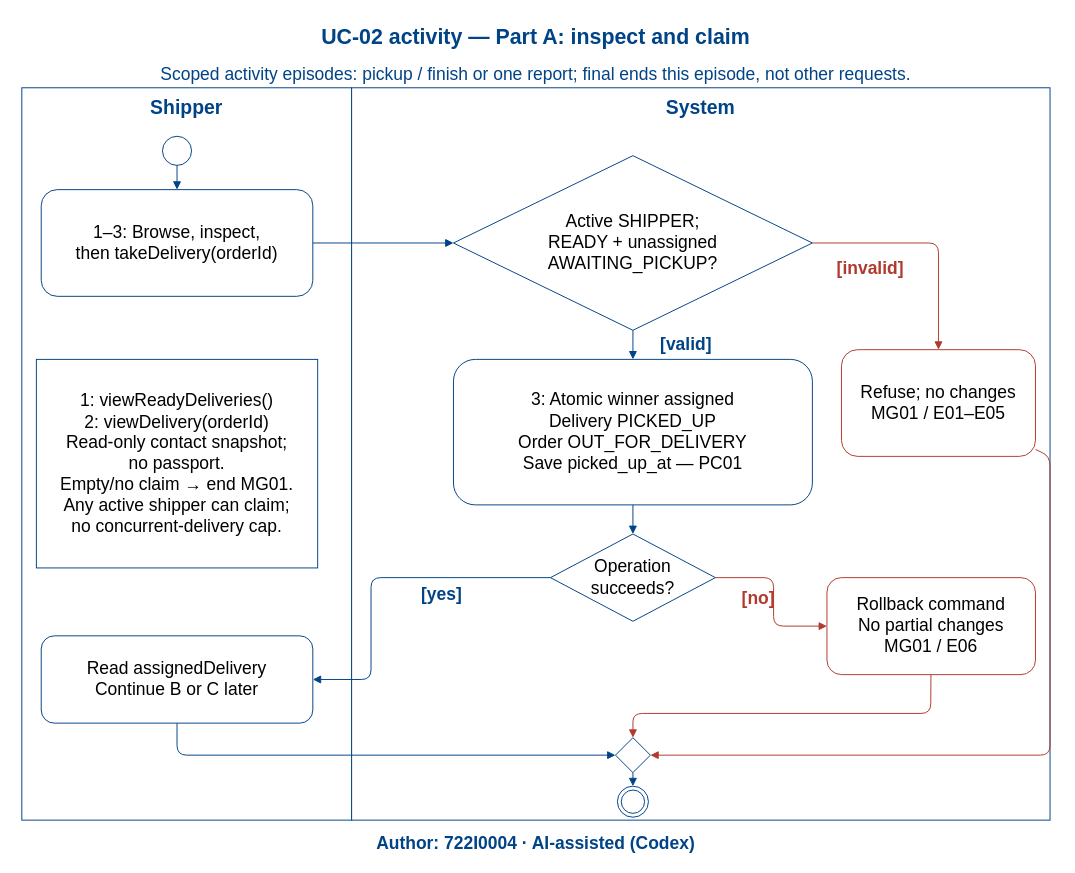
Dat071104/SaigonBite keeps this draw.io diagram as models/UC-02/activity_uc02_PartA.drawio. Above is the earlier version. Source tidied: cells renumbered, new cells numbered last; positions are measured from the earlier drawing's top-left corner, leaving out a move shared by most shapes. Both pictures are drawn from the tidied source at 97%, with x=0, y=0 at pixel (16, 16).
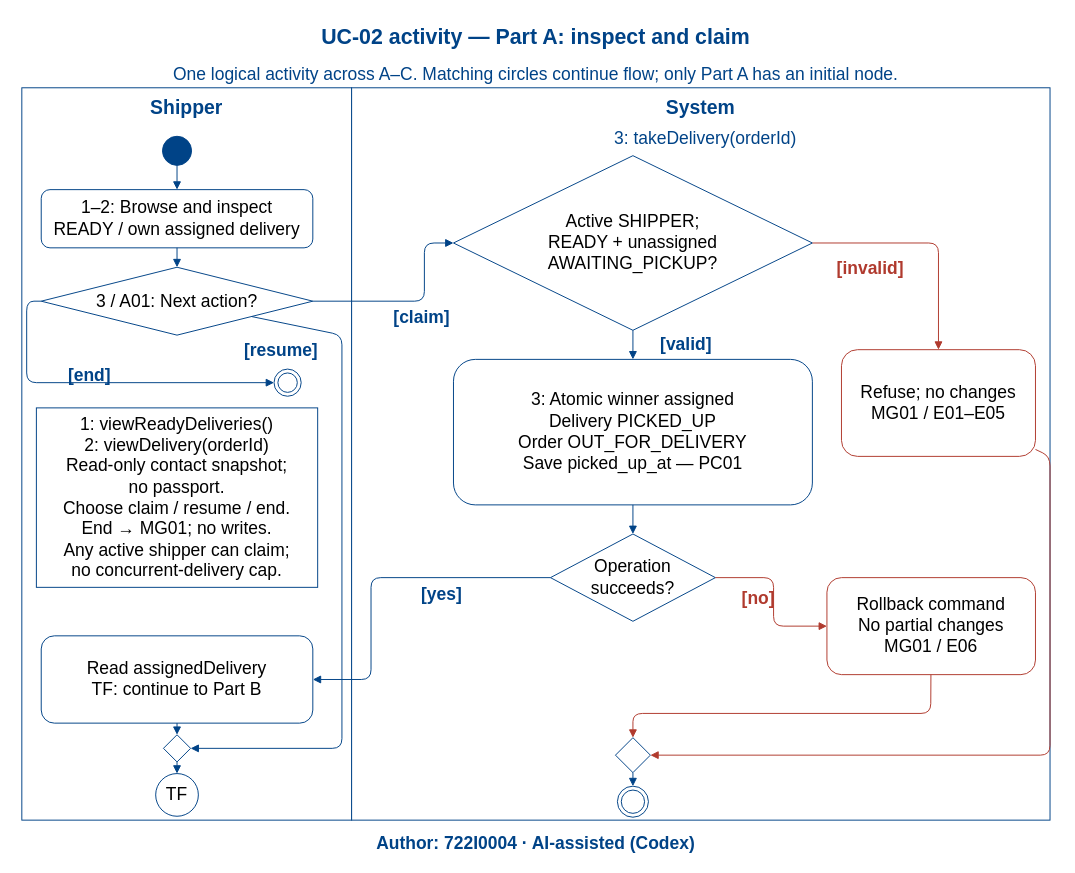
Above is the later version.

The change refers to these unchanged cells:
```xml
<mxCell id="10" value="Active SHIPPER;&#10;READY + unassigned&#10;AWAITING_PICKUP?" style="rhombus;html=0;whiteSpace=wrap;strokeColor=#004387;fillColor=white;fontSize=18;align=center;verticalAlign=middle;" parent="1" vertex="1">
  <mxGeometry x="450" y="143" width="370" height="180" as="geometry" />
</mxCell>
<mxCell id="16" style="rhombus;html=0;whiteSpace=wrap;strokeColor=#004387;fillColor=white;fontSize=18;align=center;verticalAlign=middle;" parent="1" vertex="1">
  <mxGeometry x="617" y="743" width="36" height="36" as="geometry" />
</mxCell>
```

Diff of the diagram source:
```diff
@@
-    <mxCell id="8" style="ellipse;html=0;whiteSpace=wrap;strokeColor=#004387;fillColor=white;fontSize=18;align=center;verticalAlign=middle;" parent="1" vertex="1">
+    <mxCell id="8" style="ellipse;html=0;whiteSpace=wrap;strokeColor=#004387;fillColor=#004387;fontSize=18;align=center;verticalAlign=middle;" parent="1" vertex="1">
       <mxGeometry x="150" y="123" width="30" height="30" as="geometry" />
     </mxCell>
-    <mxCell id="9" value="1–3: Browse, inspect,&#10;then takeDelivery(orderId)" style="rounded=1;html=0;whiteSpace=wrap;strokeColor=#004387;fillColor=white;fontSize=18;align=center;verticalAlign=middle;" parent="1" vertex="1">
-      <mxGeometry x="25" y="178" width="280" height="110" as="geometry" />
+    <mxCell id="9" value="1–2: Browse and inspect&#10;READY / own assigned delivery" style="rounded=1;html=0;whiteSpace=wrap;strokeColor=#004387;fillColor=white;fontSize=18;align=center;verticalAlign=middle;" parent="1" vertex="1">
+      <mxGeometry x="25" y="178" width="280" height="60" as="geometry" />
     </mxCell>
+    <mxCell id="35" value="3 / A01: Next action?" style="rhombus;html=0;whiteSpace=wrap;strokeColor=#004387;fillColor=white;fontSize=18;align=center;verticalAlign=middle;" parent="1" vertex="1">
+      <mxGeometry x="25" y="258" width="280" height="70" as="geometry" />
+    </mxCell>
@@
+    <mxCell id="36" value="3: takeDelivery(orderId)" style="text;html=0;whiteSpace=wrap;fontSize=18;fontColor=#004387;fontStyle=0;align=center;verticalAlign=middle;strokeColor=none;fillColor=none;" parent="1" vertex="1">
+      <mxGeometry x="385" y="112" width="650" height="26" as="geometry" />
+    </mxCell>
@@
-    <mxCell id="15" value="Read assignedDelivery&#10;Continue B or C later" style="rounded=1;html=0;whiteSpace=wrap;strokeColor=#004387;fillColor=white;fontSize=18;align=center;verticalAlign=middle;" parent="1" vertex="1">
+    <mxCell id="15" value="Read assignedDelivery&#10;TF: continue to Part B" style="rounded=1;html=0;whiteSpace=wrap;strokeColor=#004387;fillColor=white;fontSize=18;align=center;verticalAlign=middle;" parent="1" vertex="1">
       <mxGeometry x="25" y="638" width="280" height="90" as="geometry" />
     </mxCell>
@@
-    <mxCell id="18" value="1: viewReadyDeliveries()&#10;2: viewDelivery(orderId)&#10;Read-only contact snapshot;&#10;no passport.&#10;Empty/no claim → end MG01.&#10;Any active shipper can claim;&#10;no concurrent-delivery cap." style="rounded=0;html=0;whiteSpace=wrap;strokeColor=#004387;fillColor=white;fontSize=18;align=center;verticalAlign=middle;" parent="1" vertex="1">
-      <mxGeometry x="20" y="353" width="290" height="215" as="geometry" />
+    <mxCell id="18" value="1: viewReadyDeliveries()&#10;2: viewDelivery(orderId)&#10;Read-only contact snapshot;&#10;no passport.&#10;Choose claim / resume / end.&#10;End → MG01; no writes.&#10;Any active shipper can claim;&#10;no concurrent-delivery cap." style="rounded=0;html=0;whiteSpace=wrap;strokeColor=#004387;fillColor=white;fontSize=18;align=center;verticalAlign=middle;" parent="1" vertex="1">
+      <mxGeometry x="20" y="403" width="290" height="185" as="geometry" />
     </mxCell>
@@
+    <mxCell id="37" style="edgeStyle=none;html=0;endArrow=block;strokeColor=#004387;" parent="1" edge="1" source="9" target="35">
+      <mxGeometry relative="1" as="geometry" />
+    </mxCell>
-    <mxCell id="20" style="edgeStyle=none;html=0;endArrow=block;strokeColor=#004387;" parent="1" edge="1" source="9" target="10">
-      <mxGeometry relative="1" as="geometry" />
+    <mxCell id="20" style="edgeStyle=none;html=0;endArrow=block;strokeColor=#004387;" parent="1" edge="1" source="35" target="10">
+      <mxGeometry relative="1" as="geometry">
+        <Array as="points">
+          <mxPoint x="420" y="293" />
+          <mxPoint x="420" y="233" />
+        </Array>
+      </mxGeometry>
     </mxCell>
+    <mxCell id="38" value="[claim]" style="text;html=0;whiteSpace=wrap;fontSize=18;fontColor=#004387;fontStyle=1;align=center;verticalAlign=middle;strokeColor=none;fillColor=none;" parent="1" vertex="1">
+      <mxGeometry x="355" y="297" width="125" height="26" as="geometry" />
+    </mxCell>
+    <mxCell id="39" value="TF" style="ellipse;html=0;whiteSpace=wrap;strokeColor=#004387;fillColor=white;fontSize=18;align=center;verticalAlign=middle;" parent="1" vertex="1">
+      <mxGeometry x="143" y="780" width="44" height="44" as="geometry" />
+    </mxCell>
+    <mxCell id="40" style="rhombus;html=0;whiteSpace=wrap;strokeColor=#004387;fillColor=white;fontSize=18;align=center;verticalAlign=middle;" parent="1" vertex="1">
+      <mxGeometry x="151" y="740" width="28" height="28" as="geometry" />
+    </mxCell>
+    <mxCell id="41" style="edgeStyle=none;html=0;endArrow=block;strokeColor=#004387;" parent="1" edge="1" source="35" target="40">
+      <mxGeometry relative="1" as="geometry">
+        <Array as="points">
+          <mxPoint x="335" y="328" />
+          <mxPoint x="335" y="754" />
+        </Array>
+      </mxGeometry>
+    </mxCell>
+    <mxCell id="42" value="[resume]" style="text;html=0;whiteSpace=wrap;fontSize=18;fontColor=#004387;fontStyle=1;align=center;verticalAlign=middle;strokeColor=none;fillColor=none;" parent="1" vertex="1">
+      <mxGeometry x="220" y="331" width="105" height="26" as="geometry" />
+    </mxCell>
+    <mxCell id="43" style="shape=endState;html=0;whiteSpace=wrap;strokeColor=#004387;fillColor=white;fontSize=18;align=center;verticalAlign=middle;" parent="1" vertex="1">
+      <mxGeometry x="265" y="363" width="28" height="28" as="geometry" />
+    </mxCell>
+    <mxCell id="44" style="edgeStyle=none;html=0;endArrow=block;strokeColor=#004387;" parent="1" edge="1" source="35" target="43">
+      <mxGeometry relative="1" as="geometry">
+        <Array as="points">
+          <mxPoint x="10" y="293" />
+          <mxPoint x="10" y="377" />
+        </Array>
+      </mxGeometry>
+    </mxCell>
+    <mxCell id="45" value="[end]" style="text;html=0;whiteSpace=wrap;fontSize=18;fontColor=#004387;fontStyle=1;align=center;verticalAlign=middle;strokeColor=none;fillColor=none;" parent="1" vertex="1">
+      <mxGeometry x="30" y="357" width="90" height="26" as="geometry" />
+    </mxCell>
@@
-    <mxCell id="32" style="edgeStyle=none;html=0;endArrow=block;strokeColor=#004387;" parent="1" edge="1" source="15" target="16">
-      <mxGeometry relative="1" as="geometry">
-        <Array as="points">
-          <mxPoint x="165" y="761" />
-        </Array>
-      </mxGeometry>
+    <mxCell id="32" style="edgeStyle=none;html=0;endArrow=block;strokeColor=#004387;" parent="1" edge="1" source="15" target="40">
+      <mxGeometry relative="1" as="geometry" />
     </mxCell>
+    <mxCell id="46" style="edgeStyle=none;html=0;endArrow=block;strokeColor=#004387;" parent="1" edge="1" source="40" target="39">
+      <mxGeometry relative="1" as="geometry" />
+    </mxCell>
@@
-    <mxCell id="34" value="Scoped activity episodes: pickup / finish or one report; final ends this episode, not other requests." style="text;html=0;whiteSpace=wrap;fontSize=18;fontColor=#004387;fontStyle=0;align=center;verticalAlign=middle;strokeColor=none;fillColor=none;" parent="1" vertex="1">
+    <mxCell id="34" value="One logical activity across A–C. Matching circles continue flow; only Part A has an initial node." style="text;html=0;whiteSpace=wrap;fontSize=18;fontColor=#004387;fontStyle=0;align=center;verticalAlign=middle;strokeColor=none;fillColor=none;" parent="1" vertex="1">
       <mxGeometry y="46" width="1070" height="26" as="geometry" />
     </mxCell>
```
